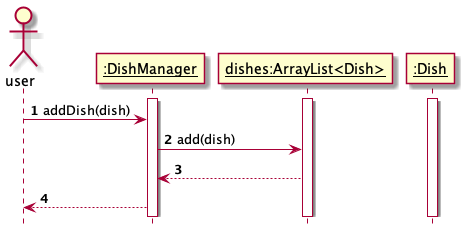
The PlantUML diagram docs/diagrams/sqeuence/DishManager_addDish.png in nus-cs2113-AY2122S2/tp, before a commit. The source it was exported from:
```plantuml
@startuml

autonumber
hide footbox

actor user
participant "__:DishManager__" as dishmanager
participant "__dishes:ArrayList<Dish>__" as dishes
participant "__:Dish__" as dish

activate dishmanager
activate dishes
activate dish

user -> dishmanager: addDish(dish)
dishmanager -> dishes: add(dish)
dishes --> dishmanager
dishmanager --> user

@enduml
```
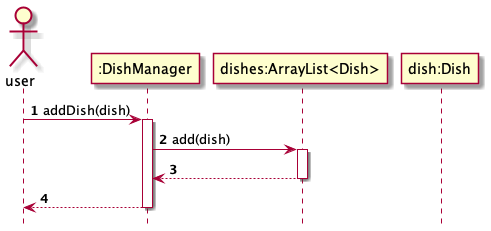
The same diagram one commit later.

Diff of the diagram source:
```diff
@@ -4,17 +4,17 @@
 hide footbox
 
 actor user
-participant "__:DishManager__" as dishmanager
-participant "__dishes:ArrayList<Dish>__" as dishes
-participant "__:Dish__" as dish
-
-activate dishmanager
-activate dishes
-activate dish
+participant ":DishManager" as dishmanager
+participant "dishes:ArrayList<Dish>" as dishes
+participant "dish:Dish" as dish
 
 user -> dishmanager: addDish(dish)
+activate dishmanager
 dishmanager -> dishes: add(dish)
+activate dishes
 dishes --> dishmanager
+deactivate dishes
 dishmanager --> user
+deactivate dishmanager
 
 @enduml
```
